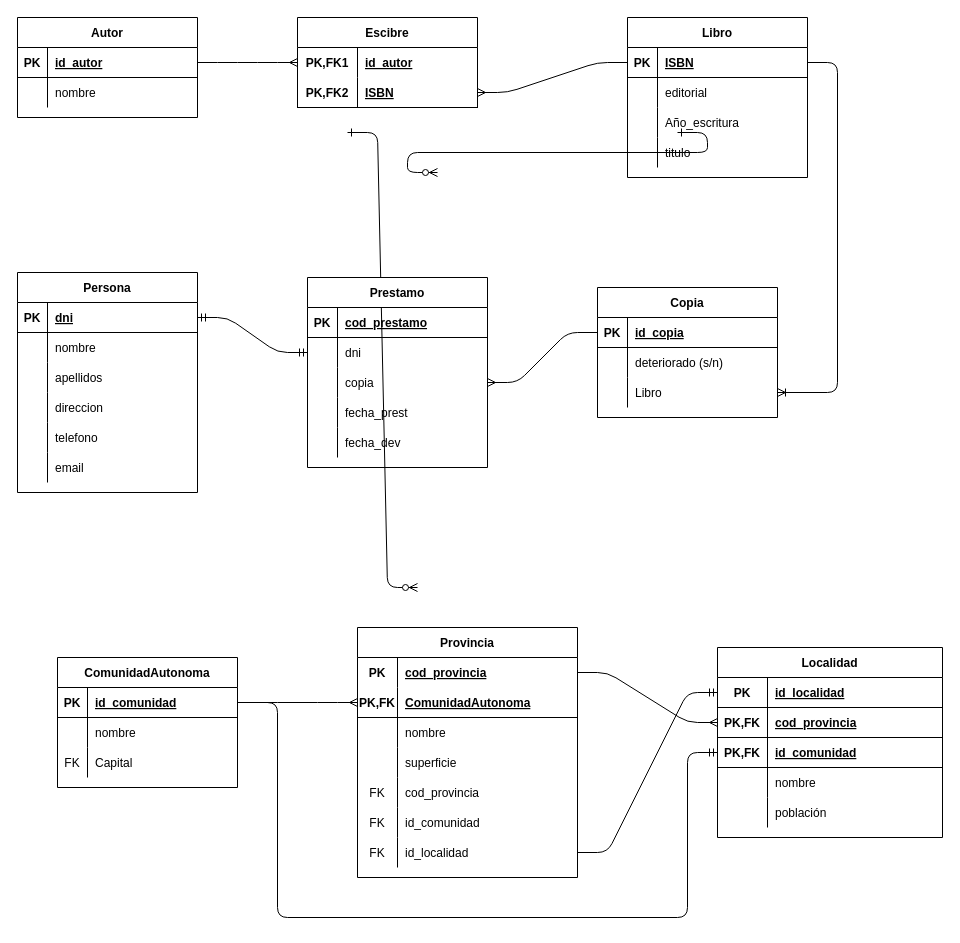
Above: ejericios1.drawio in krobert151/7UD-DATABASE (draw.io), before the change. Source tidied: cells renumbered, new cells numbered last; positions are measured from the earlier drawing's top-left corner, leaving out a move shared by most shapes. Both pictures are drawn from the tidied source at 100%, with x=0, y=0 at pixel (17, 17).
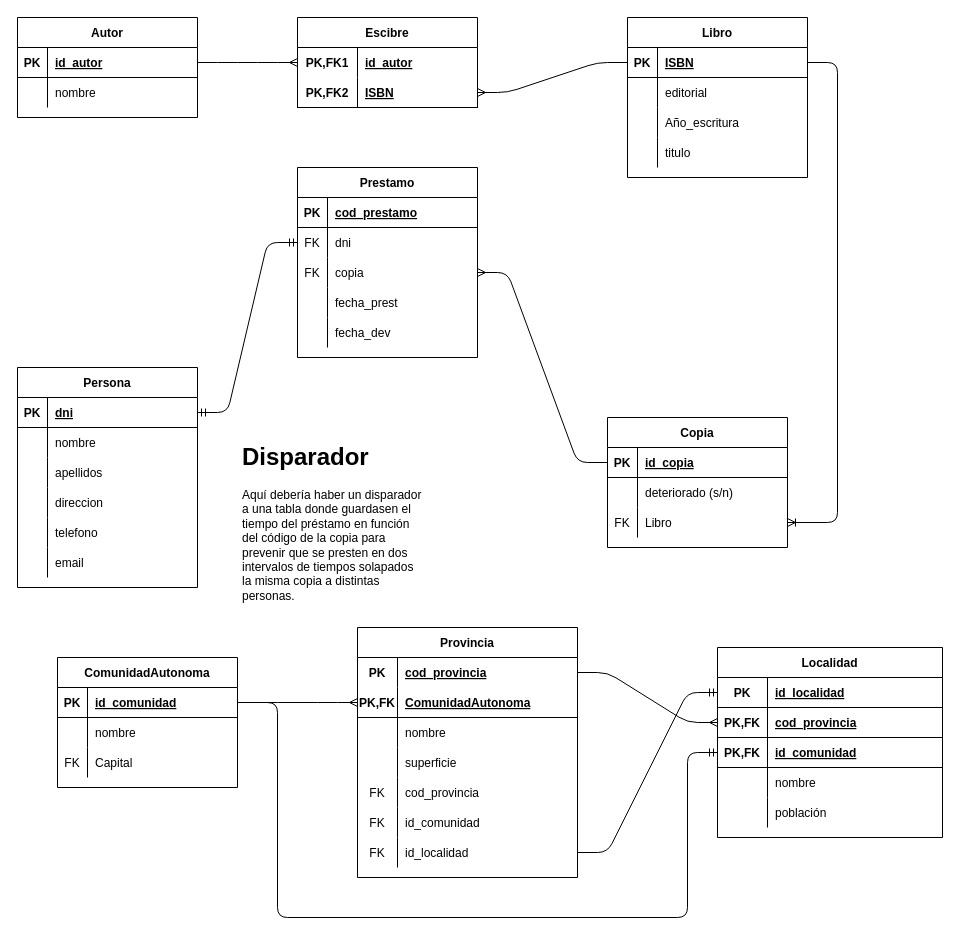
The same diagram, later.

Unchanged cells that the change refers to:
```xml
<mxCell id="38" style="shape=partialRectangle;fillColor=none;top=0;left=0;bottom=0;right=0;points=[[0,0.5],[1,0.5]];portConstraint=eastwest;" parent="31" vertex="1">
  <mxGeometry y="90" width="180" height="30" as="geometry" />
</mxCell>
<mxCell id="64" style="shape=partialRectangle;fillColor=none;top=0;left=0;bottom=0;right=0;points=[[0,0.5],[1,0.5]];portConstraint=eastwest;" parent="60" vertex="1">
  <mxGeometry y="60" width="180" height="30" as="geometry" />
</mxCell>
<mxCell id="67" style="shape=partialRectangle;fillColor=none;top=0;left=0;bottom=0;right=0;points=[[0,0.5],[1,0.5]];portConstraint=eastwest;" parent="60" vertex="1">
  <mxGeometry y="90" width="180" height="30" as="geometry" />
</mxCell>
```

Diff of the diagram source:
```diff
@@
-    <mxCell id="2" style="edgeStyle=entityRelationEdgeStyle;endArrow=ERzeroToMany;startArrow=ERone;endFill=1;startFill=0;" parent="1" edge="1">
-      <mxGeometry relative="1" as="geometry">
-        <mxPoint x="330" y="115" as="sourcePoint" />
-        <mxPoint x="400" y="570" as="targetPoint" />
-      </mxGeometry>
-    </mxCell>
-    <mxCell id="3" style="edgeStyle=entityRelationEdgeStyle;endArrow=ERzeroToMany;startArrow=ERone;endFill=1;startFill=0;" parent="1" edge="1">
-      <mxGeometry relative="1" as="geometry">
-        <mxPoint x="660" y="115" as="sourcePoint" />
-        <mxPoint x="420" y="155" as="targetPoint" />
-      </mxGeometry>
-    </mxCell>
@@
     <mxCell id="31" value="Copia" style="shape=table;startSize=30;childLayout=tableLayout;rowLines=0;fontStyle=1;align=center;" parent="1" vertex="1">
-      <mxGeometry x="580" y="270" width="180" height="130" as="geometry" />
+      <mxGeometry x="590" y="400" width="180" height="130" as="geometry" />
     </mxCell>
@@
-    <mxCell id="39" style="shape=partialRectangle;fillColor=none;top=0;left=0;bottom=0;right=0;overflow=hidden;" parent="38" vertex="1">
+    <mxCell id="39" value="FK" style="shape=partialRectangle;fillColor=none;top=0;left=0;bottom=0;right=0;overflow=hidden;" parent="38" vertex="1">
       <mxGeometry width="30" height="30" as="geometry" />
     </mxCell>
@@
     <mxCell id="41" value="Persona" style="shape=table;startSize=30;childLayout=tableLayout;rowLines=0;fontStyle=1;align=center;" parent="1" vertex="1">
-      <mxGeometry y="255" width="180" height="220" as="geometry" />
+      <mxGeometry y="350" width="180" height="220" as="geometry" />
     </mxCell>
@@
     <mxCell id="60" value="Prestamo" style="shape=table;startSize=30;childLayout=tableLayout;rowLines=0;fontStyle=1;align=center;" parent="1" vertex="1">
-      <mxGeometry x="290" y="260" width="180" height="190" as="geometry" />
+      <mxGeometry x="280" y="150" width="180" height="190" as="geometry" />
     </mxCell>
@@
-    <mxCell id="65" style="shape=partialRectangle;fillColor=none;top=0;left=0;bottom=0;right=0;overflow=hidden;" parent="64" vertex="1">
+    <mxCell id="65" value="FK" style="shape=partialRectangle;fillColor=none;top=0;left=0;bottom=0;right=0;overflow=hidden;" parent="64" vertex="1">
       <mxGeometry width="30" height="30" as="geometry" />
     </mxCell>
@@
-    <mxCell id="68" style="shape=partialRectangle;fillColor=none;top=0;left=0;bottom=0;right=0;overflow=hidden;" parent="67" vertex="1">
+    <mxCell id="68" value="FK" style="shape=partialRectangle;fillColor=none;top=0;left=0;bottom=0;right=0;overflow=hidden;" parent="67" vertex="1">
       <mxGeometry width="30" height="30" as="geometry" />
     </mxCell>
@@
+    <mxCell id="133" value="&lt;h1&gt;Disparador&lt;/h1&gt;&lt;p&gt;Aquí debería haber un disparador a una tabla donde guardasen el tiempo del préstamo en función del código de la copia para prevenir que se presten en dos intervalos de tiempos solapados la misma copia a distintas personas.&lt;/p&gt;" style="text;html=1;strokeColor=none;fillColor=none;spacing=5;spacingTop=-20;whiteSpace=wrap;overflow=hidden;rounded=0;" parent="1" vertex="1">
+      <mxGeometry x="220" y="420" width="190" height="170" as="geometry" />
+    </mxCell>
```
